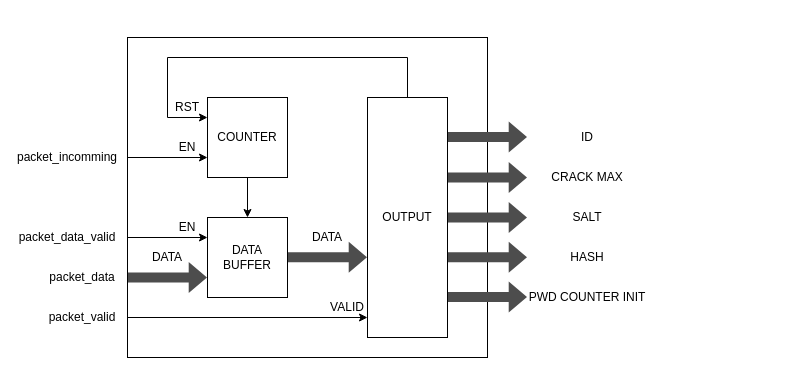
Before: page "data_buffer" (5 of 5) of assets/drawio/communication_protocol.drawio in Djokzer/fpga_bruteforce_attack, a draw.io diagram. Source tidied: cells renumbered, new cells numbered last; positions are measured from the earlier drawing's top-left corner, leaving out a move shared by most shapes. Both pictures are drawn from the tidied source at 100%, with x=0, y=0 at pixel (17, 37).
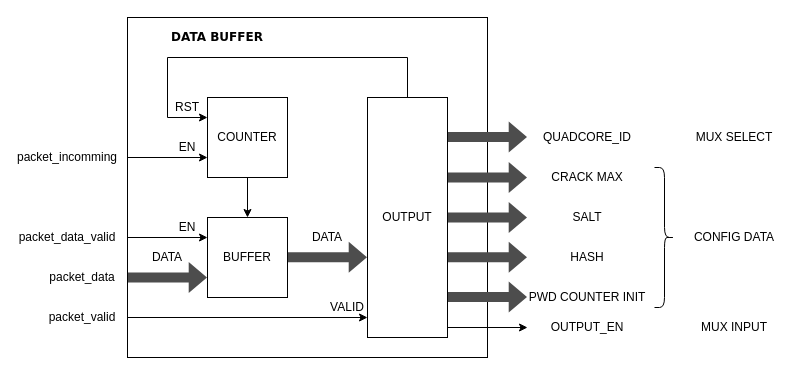
The same page after the edit.

The edit, as a diff of the source:
```diff
@@
     <mxCell id="2" style="rounded=0;whiteSpace=wrap;html=1;" parent="1" vertex="1">
-      <mxGeometry x="110" width="360" height="320" as="geometry" />
+      <mxGeometry x="110" y="-20" width="360" height="340" as="geometry" />
     </mxCell>
-    <mxCell id="3" value="DATA&lt;div&gt;BUFFER&lt;/div&gt;" style="rounded=0;whiteSpace=wrap;html=1;" parent="1" vertex="1">
+    <mxCell id="3" value="&lt;div&gt;BUFFER&lt;/div&gt;" style="rounded=0;whiteSpace=wrap;html=1;" parent="1" vertex="1">
       <mxGeometry x="190" y="180" width="80" height="80" as="geometry" />
     </mxCell>
@@
-    <mxCell id="28" value="ID" style="rounded=0;whiteSpace=wrap;html=1;fillColor=none;strokeColor=none;" parent="1" vertex="1">
-      <mxGeometry x="520" y="90" width="100" height="20" as="geometry" />
+    <mxCell id="28" value="QUADCORE_ID" style="rounded=0;whiteSpace=wrap;html=1;fillColor=none;strokeColor=none;" parent="1" vertex="1">
+      <mxGeometry x="515" y="90" width="110" height="20" as="geometry" />
     </mxCell>
     <mxCell id="29" value="CRACK MAX" style="rounded=0;whiteSpace=wrap;html=1;fillColor=none;strokeColor=none;" parent="1" vertex="1">
-      <mxGeometry x="520" y="130" width="100" height="20" as="geometry" />
+      <mxGeometry x="515" y="130" width="110" height="20" as="geometry" />
     </mxCell>
     <mxCell id="30" value="SALT" style="rounded=0;whiteSpace=wrap;html=1;fillColor=none;strokeColor=none;" parent="1" vertex="1">
-      <mxGeometry x="520" y="170" width="100" height="20" as="geometry" />
+      <mxGeometry x="515" y="170" width="110" height="20" as="geometry" />
     </mxCell>
     <mxCell id="31" value="HASH" style="rounded=0;whiteSpace=wrap;html=1;fillColor=none;strokeColor=none;" parent="1" vertex="1">
-      <mxGeometry x="520" y="210" width="100" height="20" as="geometry" />
+      <mxGeometry x="515" y="210" width="110" height="20" as="geometry" />
     </mxCell>
@@
+    <mxCell id="33" value="&lt;font&gt;DATA BUFFER&lt;/font&gt;" style="rounded=0;whiteSpace=wrap;html=1;strokeColor=none;fillColor=none;fontStyle=1;fontFamily=Verdana;" parent="1" vertex="1">
+      <mxGeometry x="110" y="-20" width="180" height="40" as="geometry" />
+    </mxCell>
+    <mxCell id="34" style="endArrow=classic;html=1;rounded=0;" parent="1" edge="1">
+      <mxGeometry relative="1" as="geometry">
+        <mxPoint x="430" y="290" as="sourcePoint" />
+        <mxPoint x="510" y="290" as="targetPoint" />
+      </mxGeometry>
+    </mxCell>
+    <mxCell id="35" value="OUTPUT_EN" style="rounded=0;whiteSpace=wrap;html=1;fillColor=none;strokeColor=none;" parent="1" vertex="1">
+      <mxGeometry x="510" y="280" width="120" height="20" as="geometry" />
+    </mxCell>
+    <mxCell id="36" style="shape=curlyBracket;whiteSpace=wrap;html=1;rounded=1;flipH=1;labelPosition=right;verticalLabelPosition=middle;align=left;verticalAlign=middle;" parent="1" vertex="1">
+      <mxGeometry x="637" y="130" width="20" height="140" as="geometry" />
+    </mxCell>
+    <mxCell id="37" value="CONFIG DATA" style="rounded=0;whiteSpace=wrap;html=1;fillColor=none;strokeColor=none;" parent="1" vertex="1">
+      <mxGeometry x="657" y="190" width="120" height="20" as="geometry" />
+    </mxCell>
+    <mxCell id="38" value="MUX SELECT" style="rounded=0;whiteSpace=wrap;html=1;fillColor=none;strokeColor=none;" parent="1" vertex="1">
+      <mxGeometry x="657" y="90" width="120" height="20" as="geometry" />
+    </mxCell>
+    <mxCell id="39" value="MUX INPUT" style="rounded=0;whiteSpace=wrap;html=1;fillColor=none;strokeColor=none;" parent="1" vertex="1">
+      <mxGeometry x="672" y="280" width="90" height="20" as="geometry" />
+    </mxCell>
```
